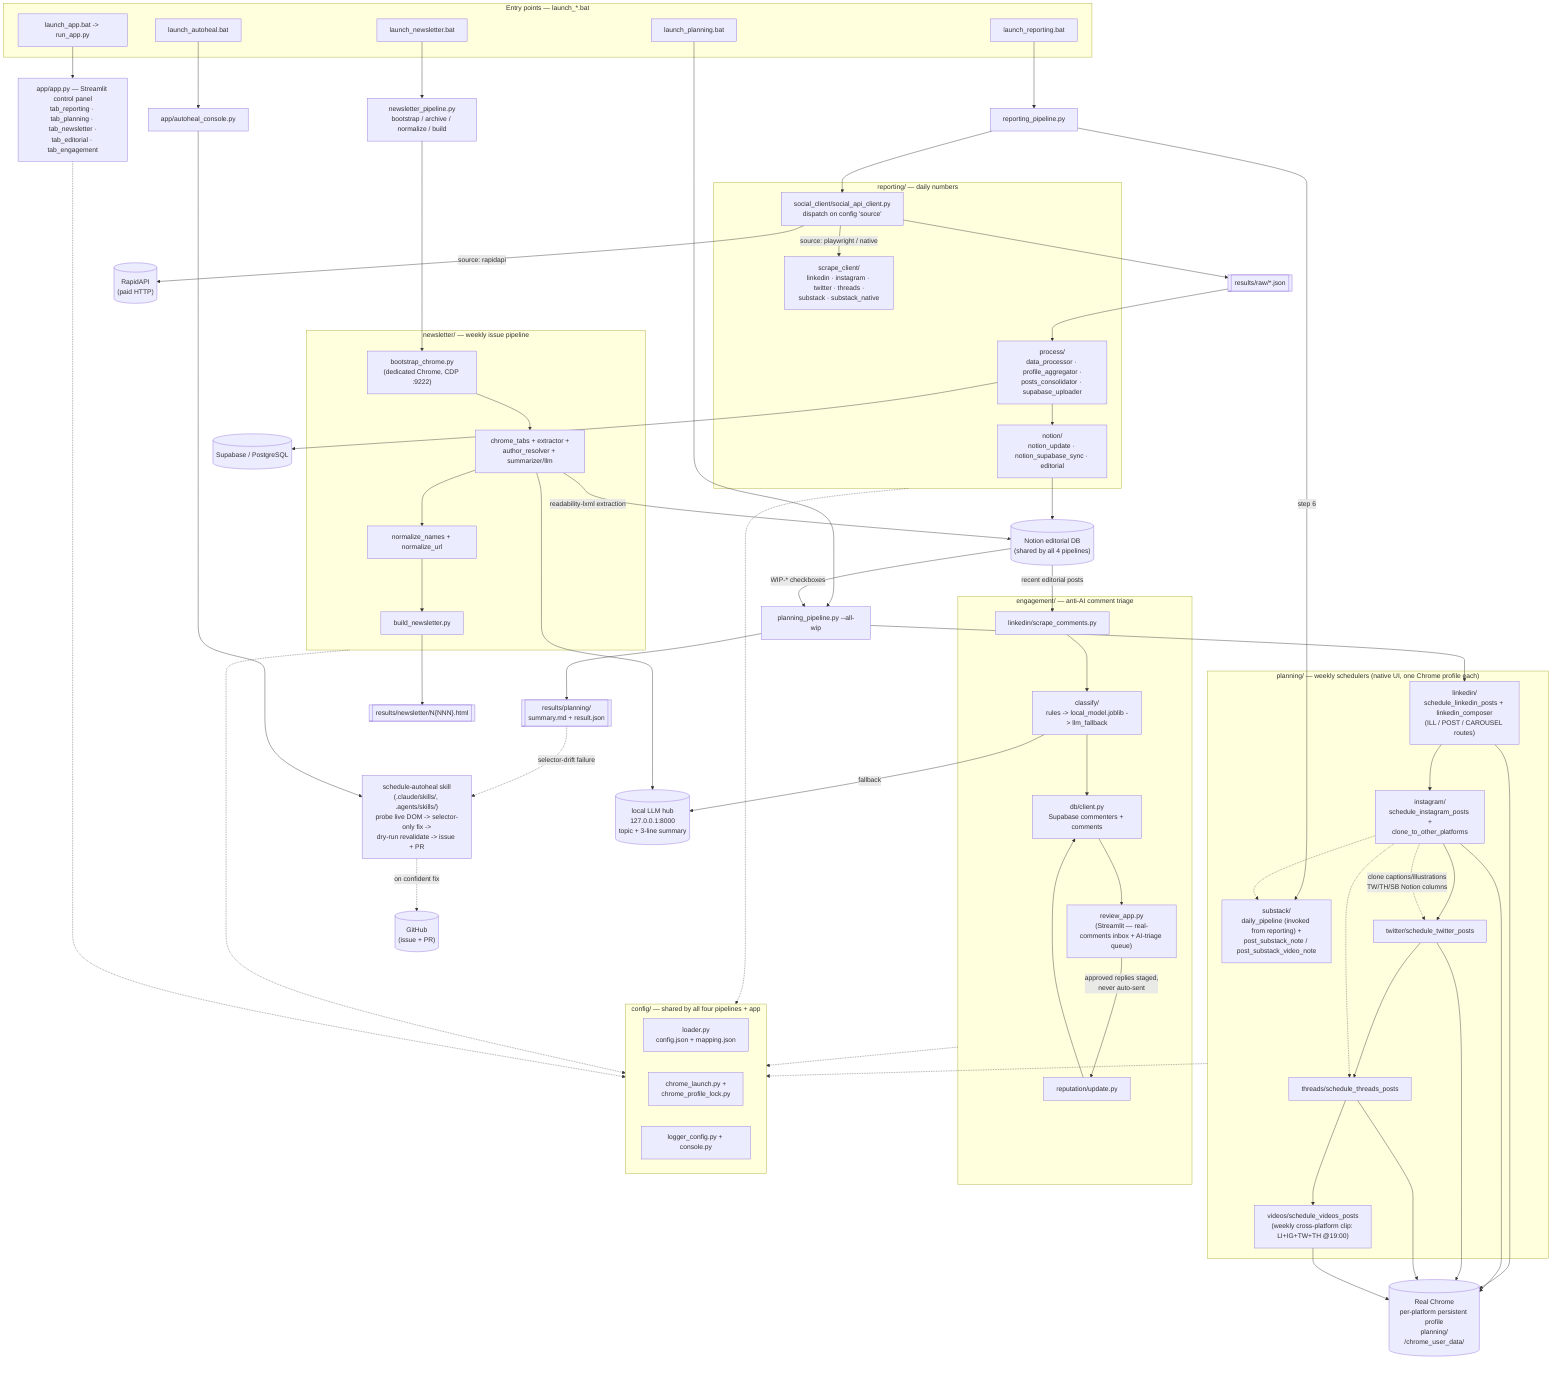
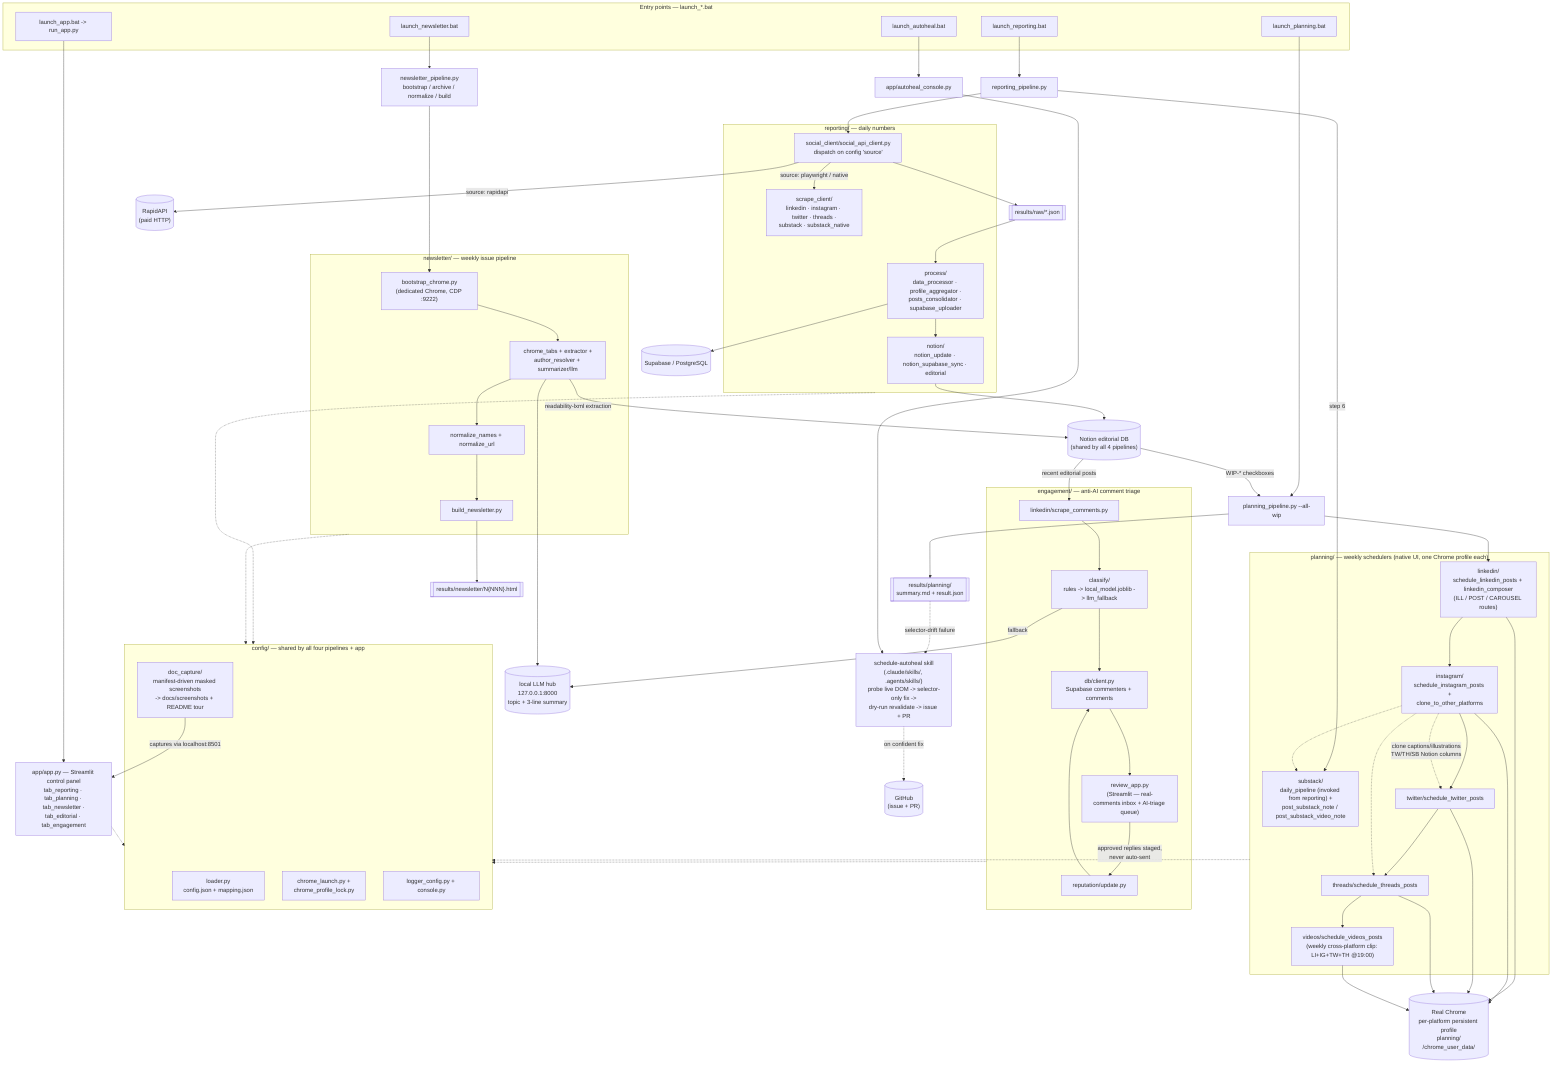
%% docs/architecture.mmd — content-management's own internal structure.
%% Hand-authored, not generated — this is the per-repo companion diagram
%% required by the fleet-wide convention (ferraroroberto/fleet-config#256):
%% unlike a mechanically-crawled fleet map, a repo's own internal shape is
%% semantic and has to be drawn by a human. Update this diagram in the same
%% PR as any material structural change (a pipeline split, a module moved,
%% a new external dependency) — same anti-staleness contract as this repo's
%% own `.fleet.toml` `description` field.

flowchart TB
  subgraph entry["Entry points — launch_*.bat"]
    LREPORT["launch_reporting.bat"]
    LPLAN["launch_planning.bat"]
    LNEWS["launch_newsletter.bat"]
    LAPP["launch_app.bat -> run_app.py"]
    LHEAL["launch_autoheal.bat"]
  end

  RPIPE["reporting_pipeline.py"]
  PPIPE["planning_pipeline.py --all-wip"]
  NPIPE["newsletter_pipeline.py\nbootstrap / archive / normalize / build"]
  APP["app/app.py — Streamlit control panel\ntab_reporting · tab_planning · tab_newsletter ·\ntab_editorial · tab_engagement"]
  AUTOHEAL["app/autoheal_console.py"]

  LREPORT --> RPIPE
  LPLAN --> PPIPE
  LNEWS --> NPIPE
  LAPP --> APP
  LHEAL --> AUTOHEAL

  subgraph reporting_mod["reporting/ — daily numbers"]
    SC["social_client/social_api_client.py\ndispatch on config 'source'"]
    SCRAPE["scrape_client/\nlinkedin · instagram · twitter · threads ·\nsubstack · substack_native"]
    PROC["process/\ndata_processor · profile_aggregator ·\nposts_consolidator · supabase_uploader"]
    NOTIONMOD["notion/\nnotion_update · notion_supabase_sync · editorial"]
  end
  RPIPE --> SC
  SC -->|"source: rapidapi"| RAPIDAPI[("RapidAPI\n(paid HTTP)")]
  SC -->|"source: playwright / native"| SCRAPE
  SC --> RAW[["results/raw/*.json"]]
  RAW --> PROC
  PROC --> SUPA[("Supabase / PostgreSQL")]
  PROC --> NOTIONMOD
  NOTIONMOD --> NOTION[("Notion editorial DB\n(shared by all 4 pipelines)")]
  RPIPE -->|"step 6"| SUBSTACKDAILY

  subgraph planning_mod["planning/ — weekly schedulers (native UI, one Chrome profile each)"]
    LI["linkedin/\nschedule_linkedin_posts + linkedin_composer\n(ILL / POST / CAROUSEL routes)"]
    IG["instagram/\nschedule_instagram_posts +\nclone_to_other_platforms"]
    TW["twitter/schedule_twitter_posts"]
    TH["threads/schedule_threads_posts"]
    SUBSTACKDAILY["substack/\ndaily_pipeline (invoked from reporting) +\npost_substack_note / post_substack_video_note"]
    VIDEOS["videos/schedule_videos_posts\n(weekly cross-platform clip: LI+IG+TW+TH @19:00)"]
  end
  NOTION -->|"WIP-* checkboxes"| PPIPE
  PPIPE --> LI --> IG --> TW --> TH --> VIDEOS
  IG -.->|"clone captions/illustrations\nTW/TH/SB Notion columns"| TW
  IG -.-> TH
  IG -.-> SUBSTACKDAILY
  LI --> CHROME[("Real Chrome\nper-platform persistent profile\nplanning/<p>/chrome_user_data/")]
  IG --> CHROME
  TW --> CHROME
  TH --> CHROME
  VIDEOS --> CHROME
  PPIPE --> RESULTSPLAN[["results/planning/\nsummary.md + result.json"]]
  RESULTSPLAN -.->|"selector-drift failure"| AUTOHEALSKILL

  subgraph newsletter_mod["newsletter/ — weekly issue pipeline"]
    NBOOT["bootstrap_chrome.py\n(dedicated Chrome, CDP :9222)"]
    NARCHIVE["chrome_tabs + extractor +\nauthor_resolver + summarizer/llm"]
    NNORM["normalize_names + normalize_url"]
    NBUILD["build_newsletter.py"]
  end
  NPIPE --> NBOOT --> NARCHIVE --> NNORM --> NBUILD
  NARCHIVE -->|"readability-lxml extraction"| NOTION
  NARCHIVE --> LLMHUB[("local LLM hub\n127.0.0.1:8000\ntopic + 3-line summary")]
  NBUILD --> RESULTSNEWS[["results/newsletter/N{NNN}.html"]]

  subgraph engagement_mod["engagement/ — anti-AI comment triage"]
    ESCRAPE["linkedin/scrape_comments.py"]
    ECLASSIFY["classify/\nrules -> local_model.joblib -> llm_fallback"]
    EDB["db/client.py\nSupabase commenters + comments"]
    EREVIEW["review_app.py\n(Streamlit — real-comments inbox + AI-triage queue)"]
    EREP["reputation/update.py"]
  end
  NOTION -->|"recent editorial posts"| ESCRAPE
  ESCRAPE --> ECLASSIFY
  ECLASSIFY -->|"fallback"| LLMHUB
  ECLASSIFY --> EDB
  EDB --> EREVIEW
  EREVIEW -->|"approved replies staged,\nnever auto-sent"| EREP
  EREP --> EDB

  subgraph shared["config/ — shared by all four pipelines + app"]
    CFGLOADER["loader.py\nconfig.json + mapping.json"]
    CHROMELAUNCH["chrome_launch.py +\nchrome_profile_lock.py"]
    LOGCFG["logger_config.py + console.py"]
+     DOCCAP["doc_capture/\nmanifest-driven masked screenshots\n-> docs/screenshots + README tour"]
  end
+   DOCCAP -->|"captures via localhost:8501"| APP
  reporting_mod -.-> shared
  planning_mod -.-> shared
  newsletter_mod -.-> shared
  engagement_mod -.-> shared
  APP -.-> shared

  AUTOHEALSKILL["schedule-autoheal skill\n(.claude/skills/, .agents/skills/)\nprobe live DOM -> selector-only fix ->\ndry-run revalidate -> issue + PR"]
  AUTOHEAL --> AUTOHEALSKILL
  AUTOHEALSKILL -.->|"on confident fix"| GH[("GitHub\n(issue + PR)")]
